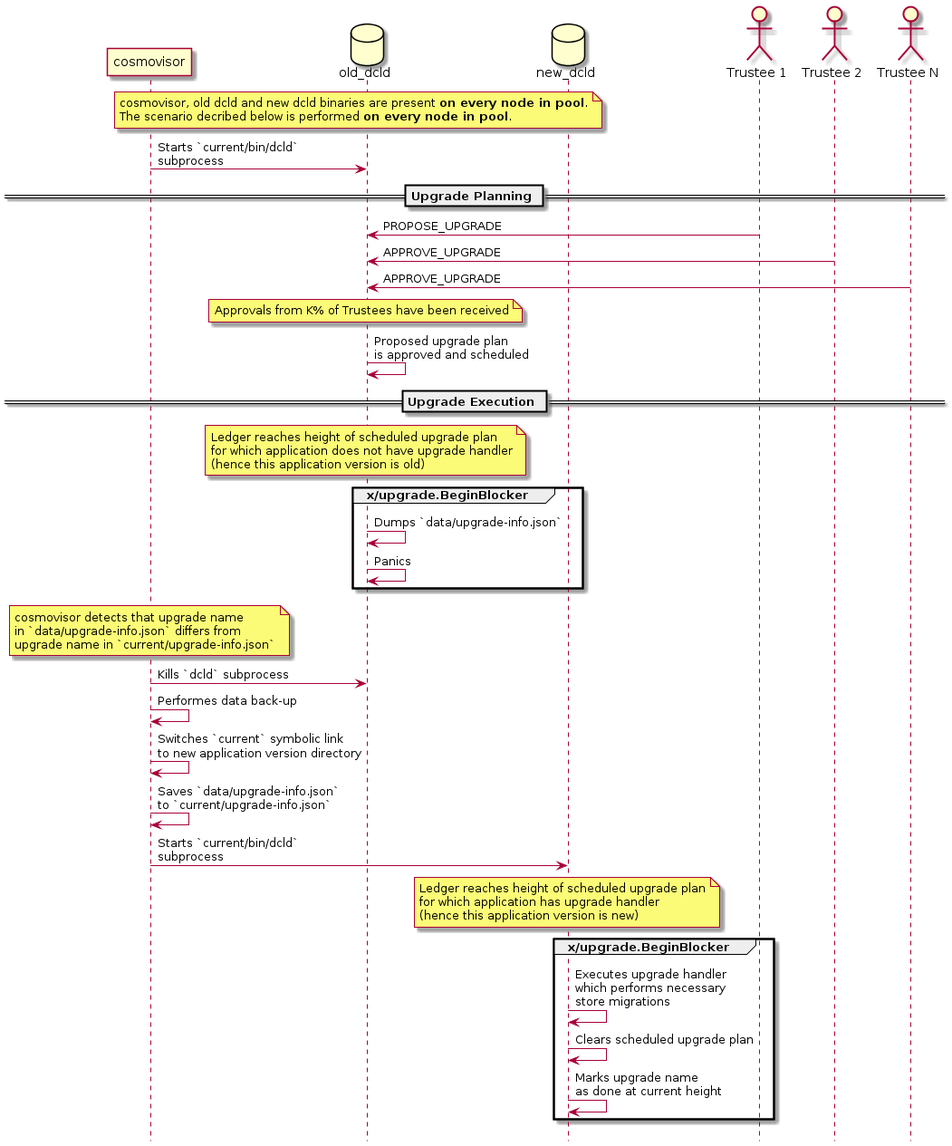
Earlier version of the PlantUML export docs/use_cases/use_cases_upgrade_pool.png (zigbee-alliance/distributed-compliance-ledger).
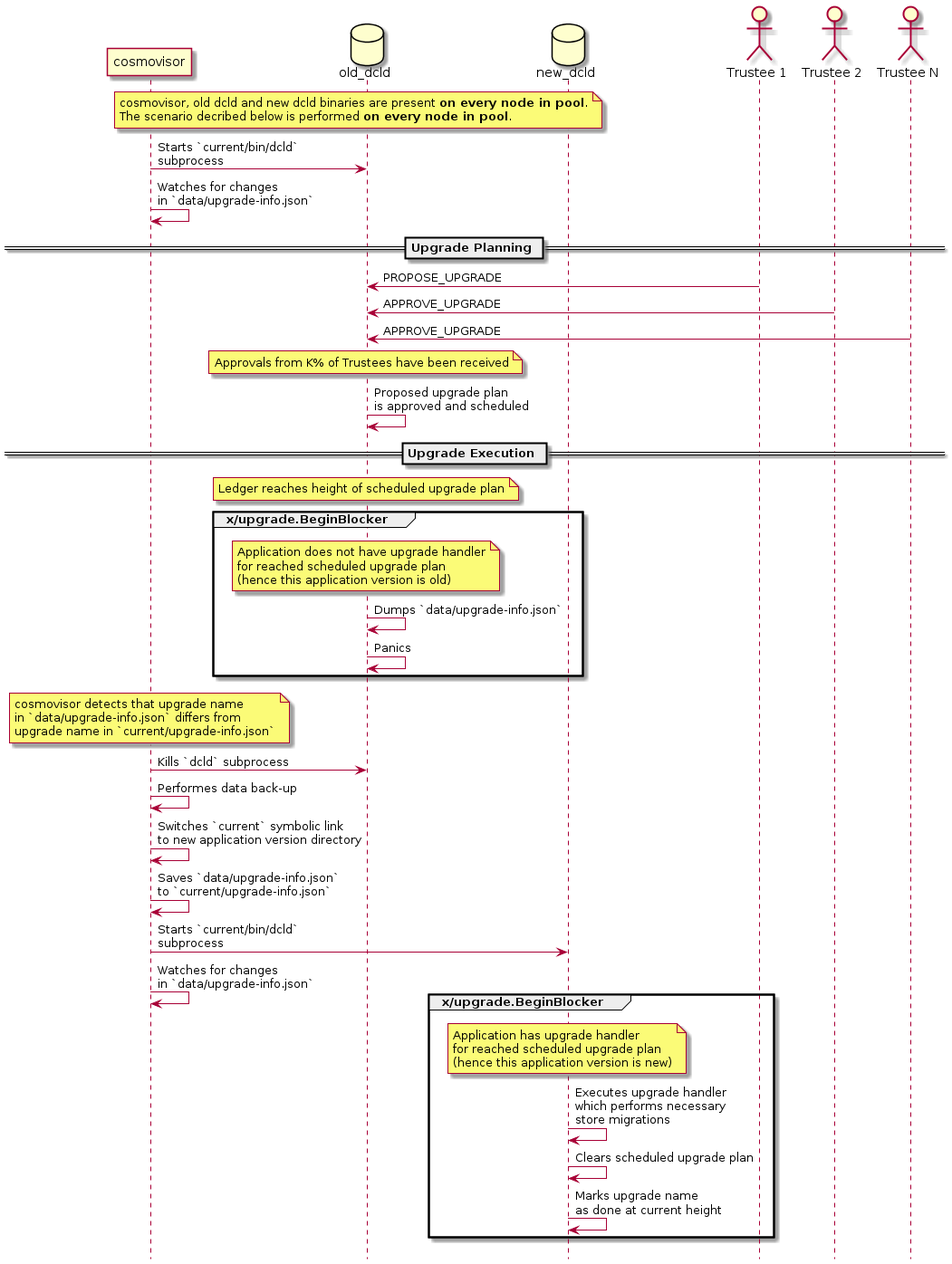
The same diagram one commit later.

Commit message:
Made some clarifications in sequence diagram of pool upgrade

Change to the diagram source:
```diff
@@ -15,6 +15,7 @@
 end note
 
 C -> OD: Starts `current/bin/dcld`\nsubprocess
+C -> C: Watches for changes\nin `data/upgrade-info.json`
 
 == Upgrade Planning ==
 
@@ -32,11 +33,15 @@
 
 note over OD
     Ledger reaches height of scheduled upgrade plan
-    for which application does not have upgrade handler
-    (hence this application version is old)
 end note
 
 group x/upgrade.BeginBlocker
+    note over OD
+        Application does not have upgrade handler
+        for reached scheduled upgrade plan
+        (hence this application version is old)
+    end note
+
     OD -> OD: Dumps `data/upgrade-info.json`
     OD -> OD: Panics
 end group
@@ -52,14 +57,15 @@
 C -> C: Switches `current` symbolic link\nto new application version directory
 C -> C: Saves `data/upgrade-info.json`\nto `current/upgrade-info.json`
 C -> ND: Starts `current/bin/dcld`\nsubprocess
+C -> C: Watches for changes\nin `data/upgrade-info.json`
 
-note over ND
-    Ledger reaches height of scheduled upgrade plan
-    for which application has upgrade handler
-    (hence this application version is new)
-end note
+& group x/upgrade.BeginBlocker
+    note over ND
+        Application has upgrade handler
+        for reached scheduled upgrade plan
+        (hence this application version is new)
+    end note
 
-group x/upgrade.BeginBlocker
     ND -> ND: Executes upgrade handler\nwhich performs necessary\nstore migrations
     ND -> ND: Clears scheduled upgrade plan
     ND -> ND: Marks upgrade name\nas done at current height
```
